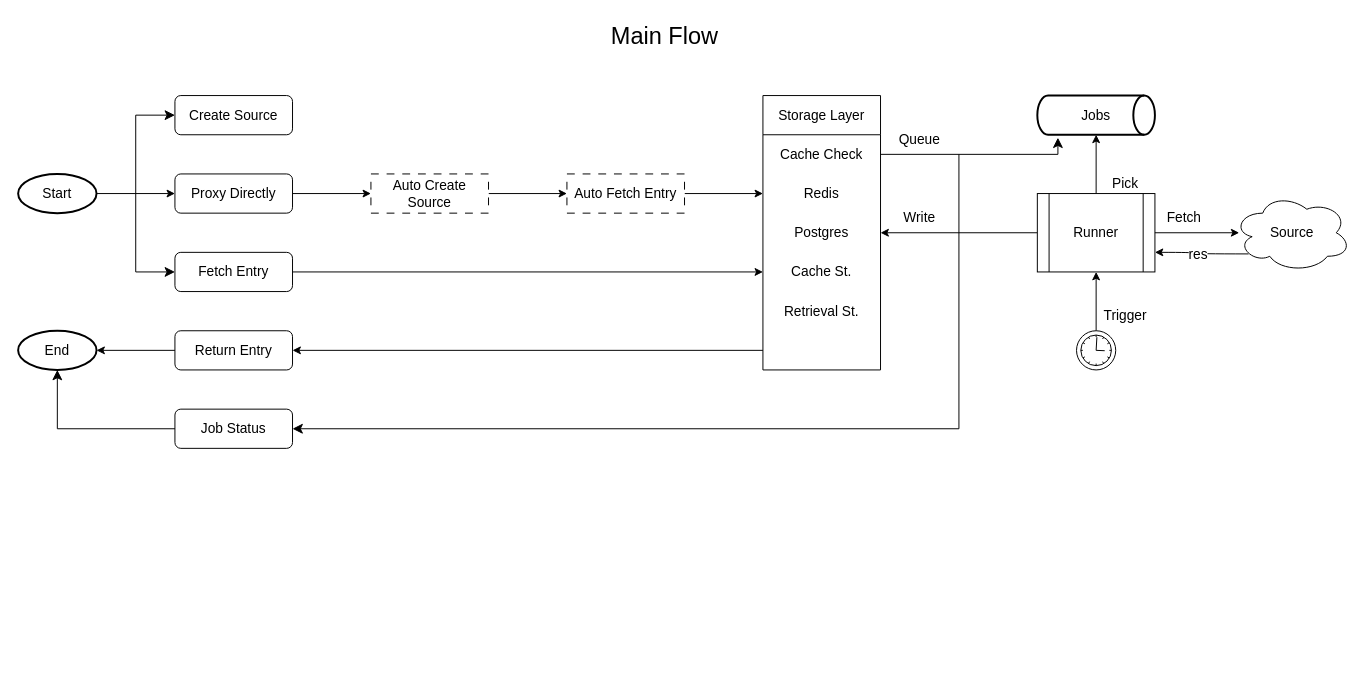
Before: page "Main Flow" (2 of 7) of docs/buffetd.drawio in Buffetd/buffetd, a draw.io diagram. Source tidied: cells renumbered, new cells numbered last; positions are measured from the earlier drawing's top-left corner, leaving out a move shared by most shapes. Both pictures are drawn from the tidied source at 98%, with x=0, y=0 at pixel (18, 17).
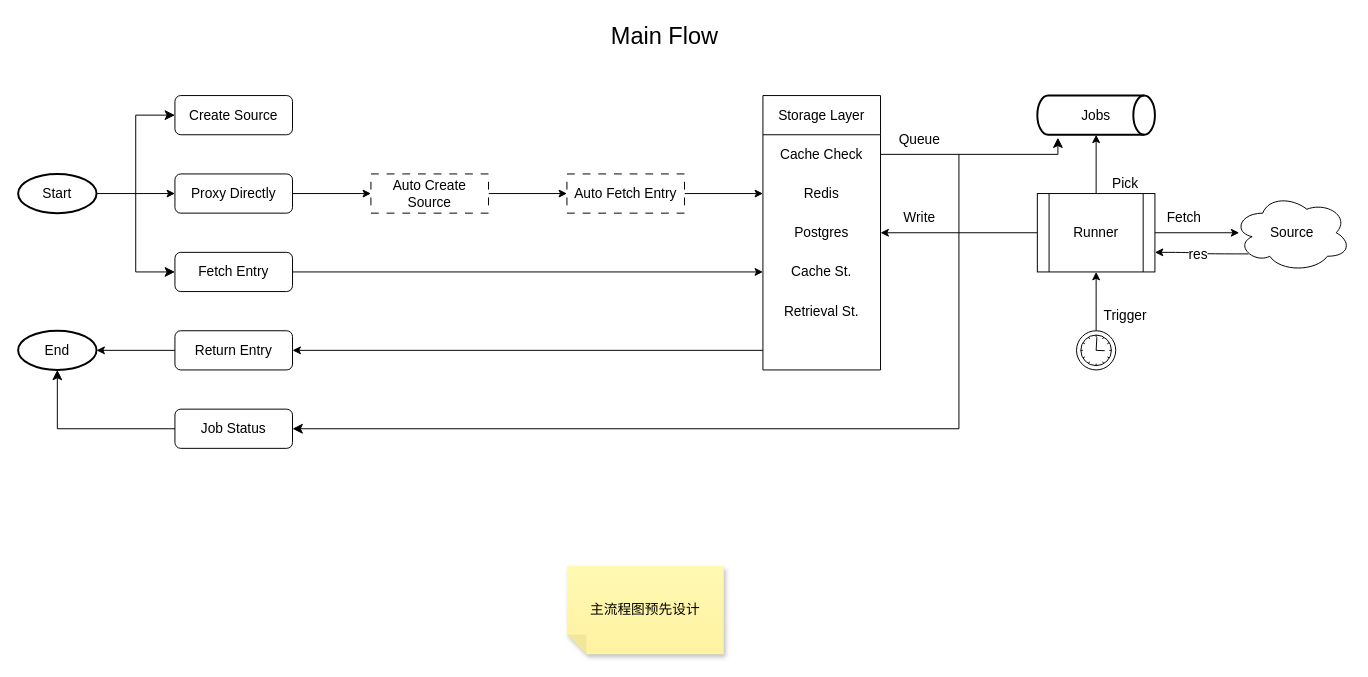
The same page after the edit.

The edit, as a diff of the source:
```diff
@@
+    <mxCell id="46" value="主流程图预先设计" style="shape=note;whiteSpace=wrap;html=1;backgroundOutline=1;fontColor=#000000;darkOpacity=0.05;fillColor=#FFF9B2;strokeColor=none;fillStyle=solid;direction=west;gradientDirection=north;gradientColor=#FFF2A1;shadow=1;size=20;fontSize=14;" parent="1" vertex="1">
+      <mxGeometry x="560" y="560" width="160" height="90" as="geometry" />
+    </mxCell>
```
